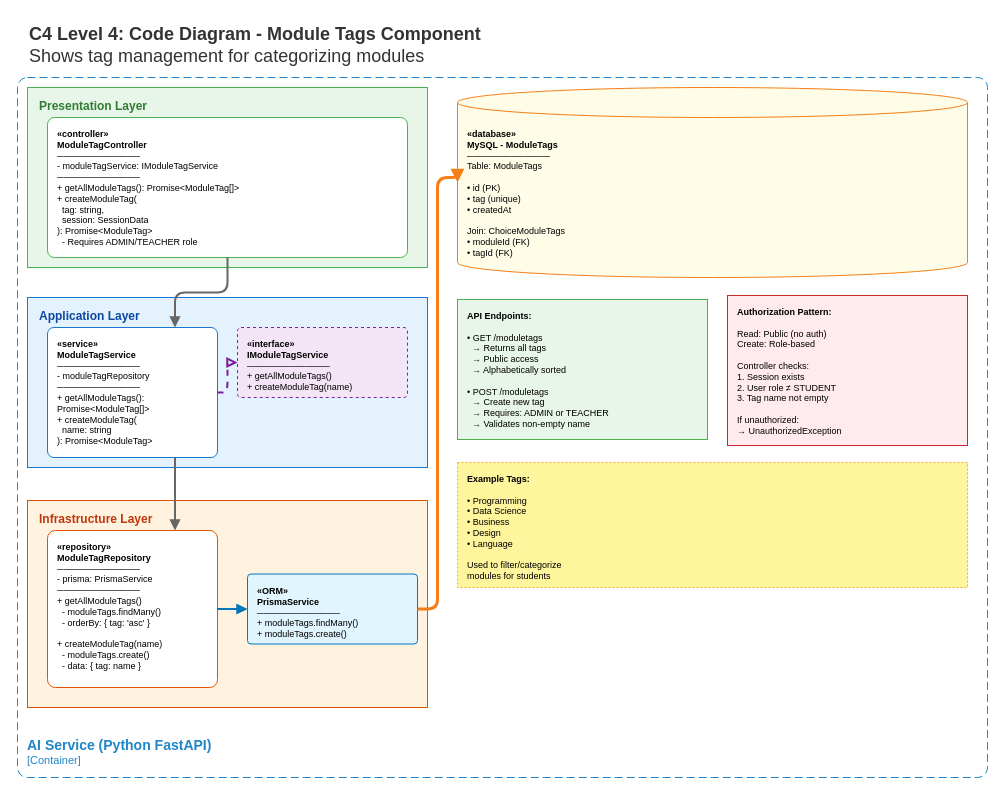
Earlier version of the draw.io diagram page "Moduletags" (6 of 7) of C4-Model/Level 4.drawio (CompassGPT/Documentation). Source tidied: cells renumbered, new cells numbered last; positions are measured from the earlier drawing's top-left corner, leaving out a move shared by most shapes. Both pictures are drawn from the tidied source at 100%, with x=0, y=0 at pixel (17, 17).
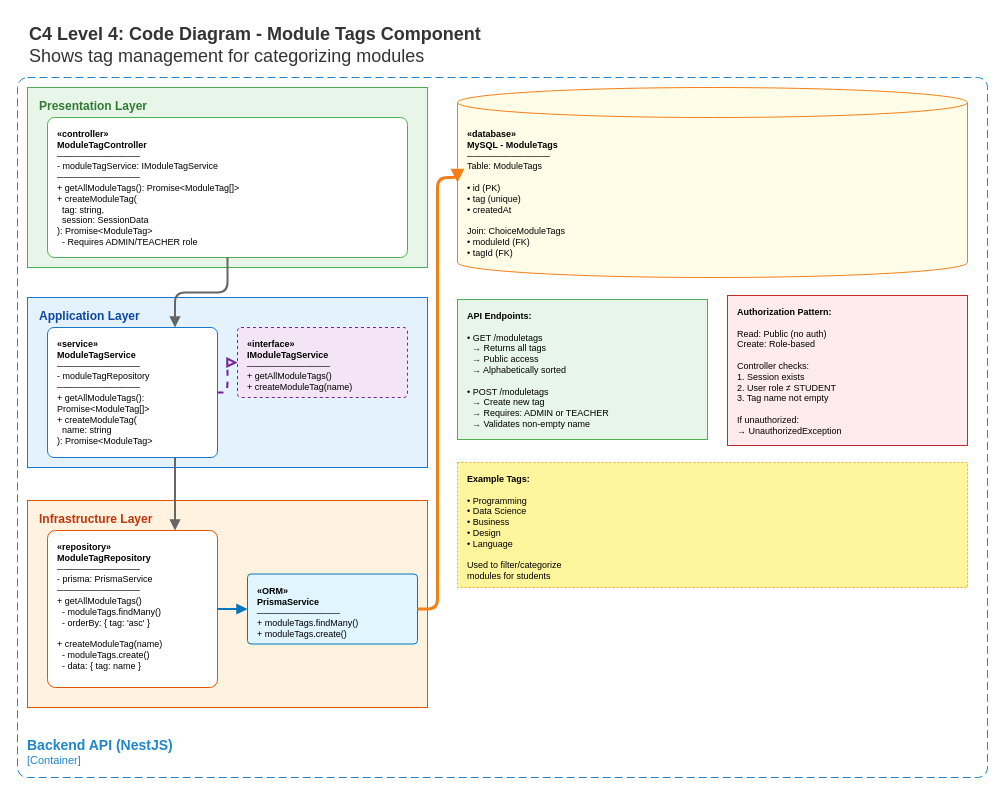
After the change.

Commit message (it also covers changes not shown here):
Update labels for Backend API (NestJS) in Level 4 diagram for consistency

Change to the diagram source:
```diff
@@
-    <mxCell id="20" value="&lt;font style=&quot;font-size: 14px&quot;&gt;&lt;b&gt;&lt;div style=&quot;text-align: left&quot;&gt;AI Service (Python FastAPI)&lt;/div&gt;&lt;/b&gt;&lt;/font&gt;&lt;div style=&quot;text-align: left&quot;&gt;[Container]&lt;/div&gt;" style="rounded=1;fontSize=11;whiteSpace=wrap;html=1;dashed=1;arcSize=20;fillColor=none;strokeColor=#2086C9;fontColor=#2086C9;labelBackgroundColor=none;align=left;verticalAlign=bottom;labelBorderColor=none;spacingTop=0;spacing=10;dashPattern=8 4;perimeter=rectanglePerimeter;noLabel=0;labelPadding=0;absoluteArcSize=1;" parent="1" vertex="1">
+    <mxCell id="20" value="&lt;font style=&quot;font-size: 14px&quot;&gt;&lt;b&gt;&lt;div style=&quot;text-align: left&quot;&gt;Backend API (NestJS)&lt;/div&gt;&lt;/b&gt;&lt;/font&gt;&lt;div style=&quot;text-align: left&quot;&gt;[Container]&lt;/div&gt;" style="rounded=1;fontSize=11;whiteSpace=wrap;html=1;dashed=1;arcSize=20;fillColor=none;strokeColor=#2086C9;fontColor=#2086C9;labelBackgroundColor=none;align=left;verticalAlign=bottom;labelBorderColor=none;spacingTop=0;spacing=10;dashPattern=8 4;perimeter=rectanglePerimeter;noLabel=0;labelPadding=0;absoluteArcSize=1;" parent="1" vertex="1">
       <mxGeometry y="60" width="970" height="700" as="geometry" />
     </mxCell>
```
